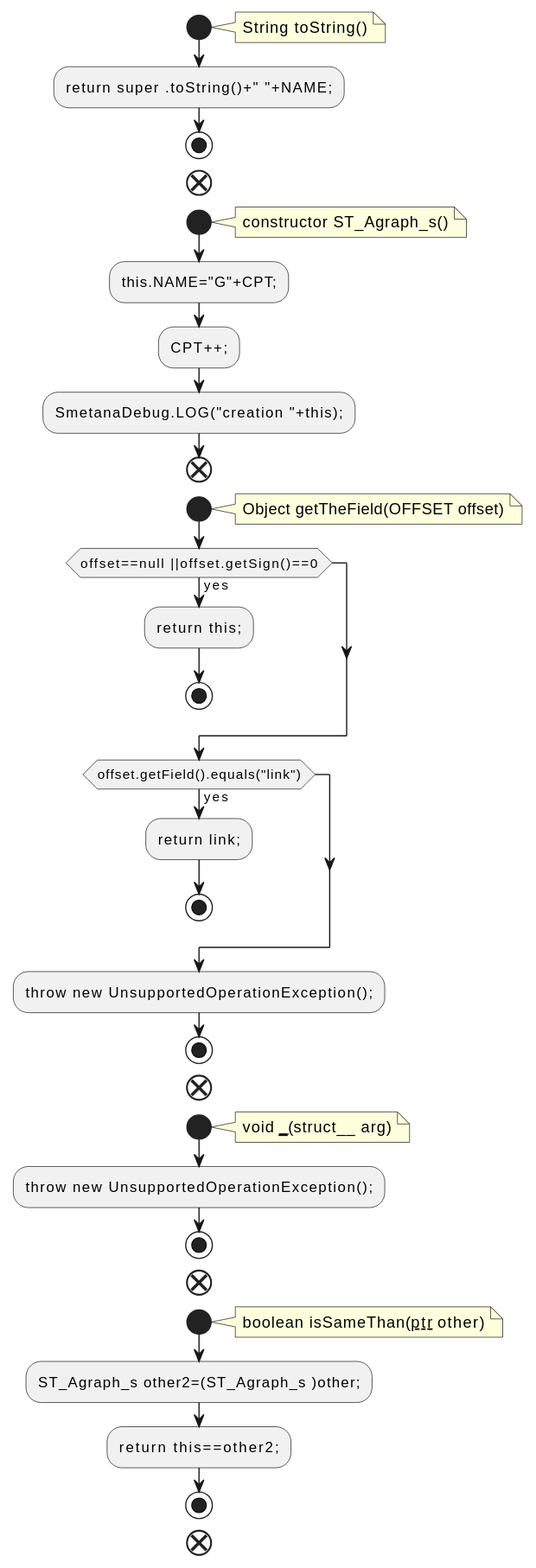
Earlier version of the PlantUML export docs/qc/src/h/ST_Agraph_s.java.fct.svg (qualitesys/plantuml).
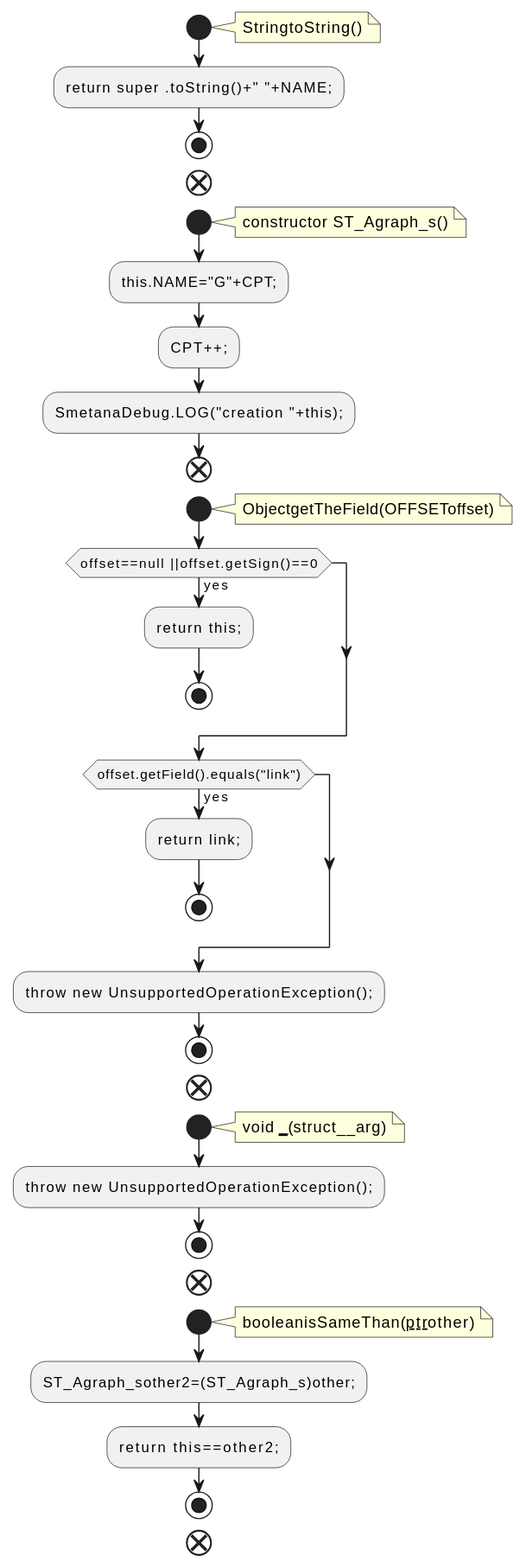
After the change.

What changed in the source:
```diff
@@ -2,7 +2,7 @@
 !pragma layout smetana
 start
 note right
-String toString()
+StringtoString()
 end note
 :return super .toString()+" "+NAME;;
 stop
@@ -17,7 +17,7 @@
 end
 start
 note right
-Object getTheField(OFFSET offset)
+ObjectgetTheField(OFFSEToffset)
 end note
 if (offset==null ||offset.getSign()==0) then (yes)
 :return this;;
@@ -32,16 +32,16 @@
 end
 start
 note right
-void ___(__struct__ arg)
+void ___(__struct__arg)
 end note
 :throw new UnsupportedOperationException();;
 stop
 end
 start
 note right
-boolean isSameThan(__ptr__ other)
+booleanisSameThan(__ptr__other)
 end note
-:ST_Agraph_s other2=(ST_Agraph_s )other;;
+:ST_Agraph_sother2=(ST_Agraph_s)other;;
 :return this==other2;;
 stop
 end
```
